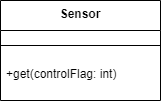
smitbmx/Architecture-Diagrams keeps this draw.io diagram as More Design Principles/Coupling and Cohesion/Bad Cohesion.png. Above is the earlier version. Source tidied: cells renumbered, new cells last; positions are measured from the earlier drawing's top-left corner, leaving out a move shared by most shapes. The source it was exported from:
```xml
<mxGraphModel>
  <root>
    <mxCell id="0" />
    <mxCell id="1" parent="0" />
    <mxCell id="2" value="Sensor" style="swimlane;fontStyle=1;align=center;verticalAlign=top;horizontal=1;startSize=30;" parent="1" vertex="1">
      <mxGeometry width="160" height="100" as="geometry" />
    </mxCell>
    <mxCell id="3" style="line;strokeWidth=1;fillColor=none;align=left;verticalAlign=middle;spacingTop=-1;spacingLeft=3;spacingRight=3;labelPosition=right;" parent="2" vertex="1">
      <mxGeometry y="30" width="160" height="30" as="geometry" />
    </mxCell>
    <mxCell id="4" value="+get(controlFlag: int)" style="text;strokeColor=none;fillColor=none;align=left;verticalAlign=top;spacingLeft=4;spacingRight=4;overflow=hidden;" parent="2" vertex="1">
      <mxGeometry y="60" width="160" height="40" as="geometry" />
    </mxCell>
  </root>
</mxGraphModel>
```
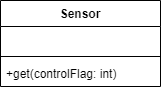
After the commit.

Change to the diagram source:
```diff
@@ -2,14 +2,17 @@
   <root>
     <mxCell id="0" />
     <mxCell id="1" parent="0" />
-    <mxCell id="2" value="Sensor" style="swimlane;fontStyle=1;align=center;verticalAlign=top;horizontal=1;startSize=30;" parent="1" vertex="1">
-      <mxGeometry width="160" height="100" as="geometry" />
+    <mxCell id="2" value="Sensor" style="swimlane;fontStyle=1;align=center;verticalAlign=top;horizontal=1;startSize=26;" parent="1" vertex="1">
+      <mxGeometry width="160" height="86" as="geometry" />
     </mxCell>
-    <mxCell id="3" style="line;strokeWidth=1;fillColor=none;align=left;verticalAlign=middle;spacingTop=-1;spacingLeft=3;spacingRight=3;labelPosition=right;" parent="2" vertex="1">
-      <mxGeometry y="30" width="160" height="30" as="geometry" />
-    </mxCell>
+    <mxCell id="5" value=" " style="text;strokeColor=none;fillColor=none;align=left;verticalAlign=top;spacingLeft=4;spacingRight=4;overflow=hidden;" parent="2" vertex="1">
+      <mxGeometry y="26" width="160" height="26" as="geometry" />
+    </mxCell>
+    <mxCell id="6" style="line;strokeWidth=1;fillColor=none;align=left;verticalAlign=middle;spacingTop=-1;spacingLeft=3;spacingRight=3;labelPosition=right;" parent="2" vertex="1">
+      <mxGeometry y="52" width="160" height="8" as="geometry" />
+    </mxCell>
     <mxCell id="4" value="+get(controlFlag: int)" style="text;strokeColor=none;fillColor=none;align=left;verticalAlign=top;spacingLeft=4;spacingRight=4;overflow=hidden;" parent="2" vertex="1">
-      <mxGeometry y="60" width="160" height="40" as="geometry" />
+      <mxGeometry y="60" width="160" height="26" as="geometry" />
     </mxCell>
   </root>
 </mxGraphModel>
```
